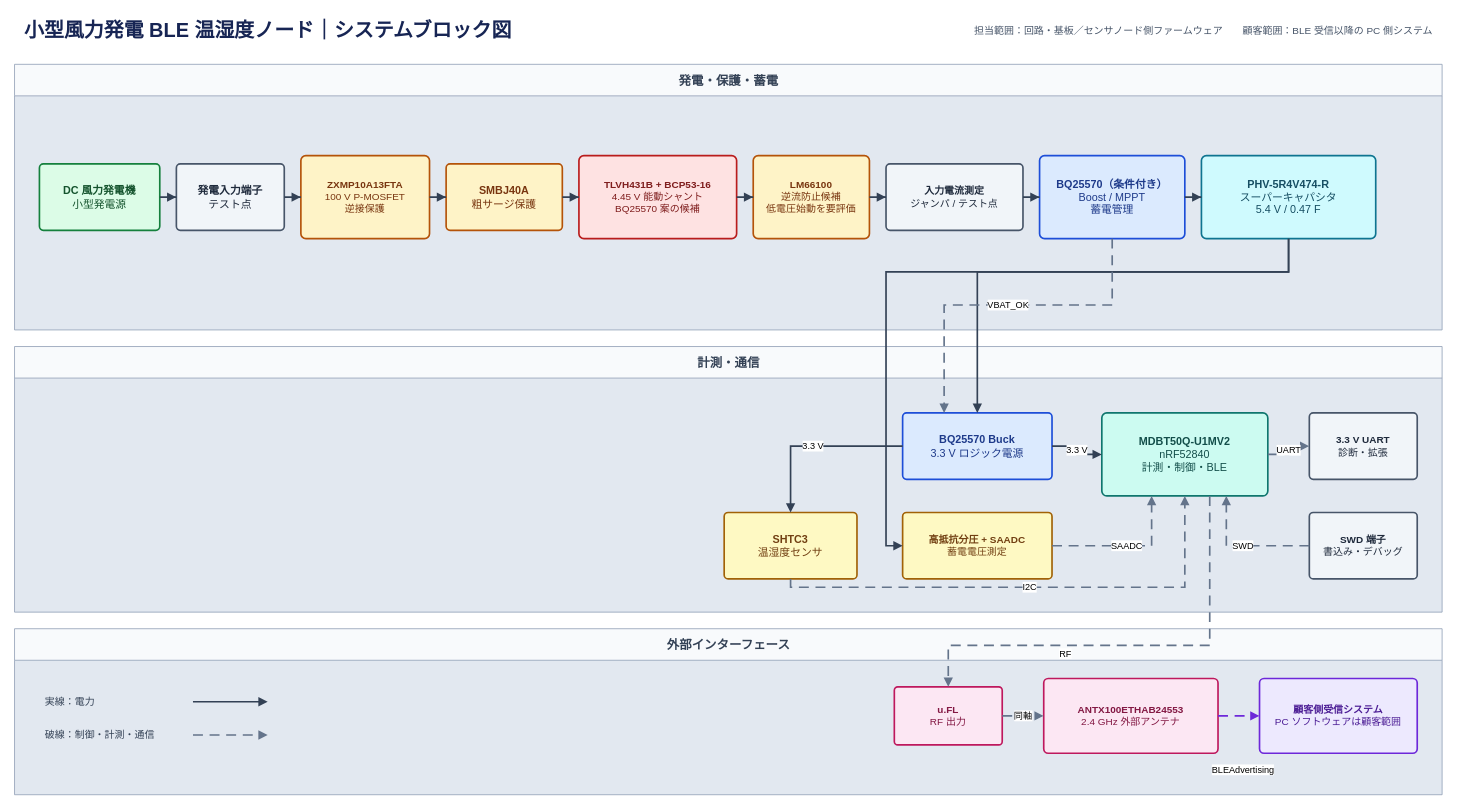
The draw.io diagram docs/Architecture/system-block-diagram.drawio in KatsukiOishi/pantarhei_OEM02_MeasurementNode, before the edit. Source tidied: cells renumbered, new cells numbered last; positions are measured from the earlier drawing's top-left corner, leaving out a move shared by most shapes. Both pictures are drawn from the tidied source at 83%, with x=0, y=0 at pixel (14, 14).
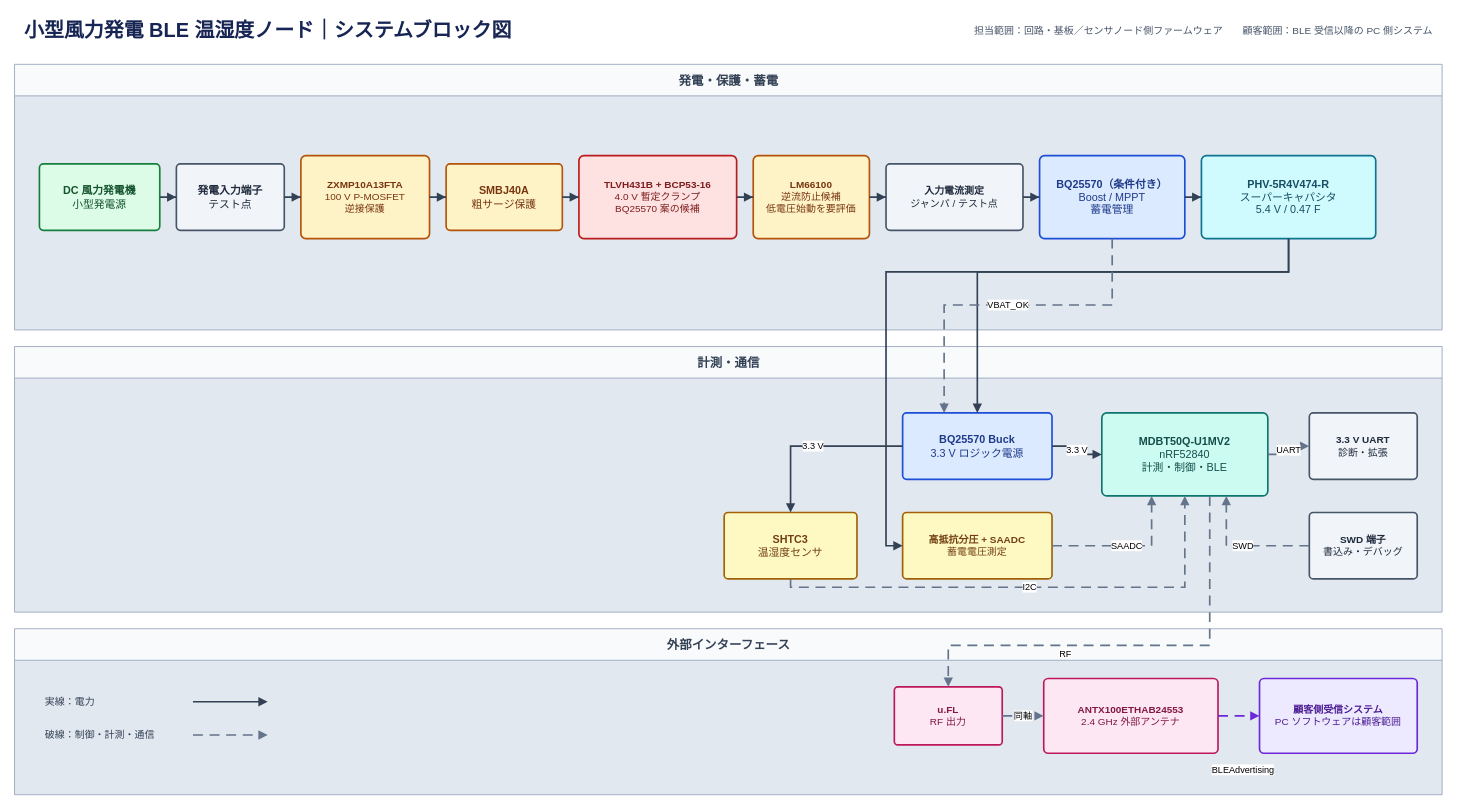
The same page after the edit.

Change to the diagram source:
```diff
@@
-    <mxCell id="11" value="&lt;b&gt;TLVH431B + BCP53-16&lt;/b&gt;&lt;br&gt;4.45 V 能動シャント&lt;br&gt;BQ25570 案の候補" style="rounded=1;whiteSpace=wrap;html=1;arcSize=6;fillColor=#fee2e2;strokeColor=#b91c1c;strokeWidth=2;fontColor=#7f1d1d;fontSize=12;" parent="1" vertex="1">
+    <mxCell id="11" value="&lt;b&gt;TLVH431B + BCP53-16&lt;/b&gt;&lt;br&gt;4.0 V 暫定クランプ&lt;br&gt;BQ25570 案の候補" style="rounded=1;whiteSpace=wrap;html=1;arcSize=6;fillColor=#fee2e2;strokeColor=#b91c1c;strokeWidth=2;fontColor=#7f1d1d;fontSize=12;" parent="1" vertex="1">
       <mxGeometry x="680" y="170" width="190" height="100" as="geometry" />
     </mxCell>
```
